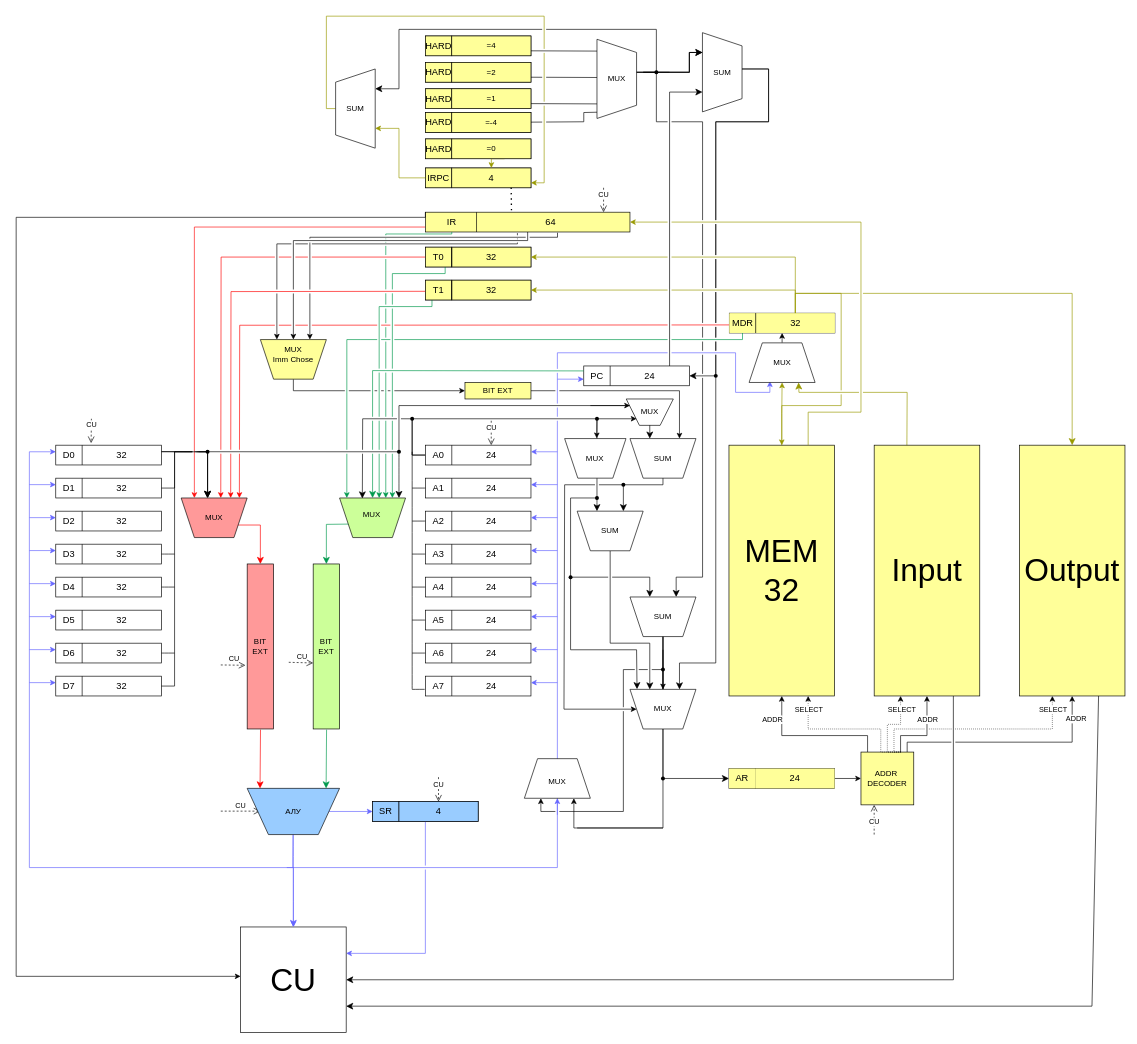
vladimirasd/computer-archirecture keeps this draw.io diagram as ФИНАЛ.drawio. Above is the earlier version. Source tidied: cells renumbered, new cells numbered last; positions are measured from the earlier drawing's top-left corner, leaving out a move shared by most shapes. Both pictures are drawn from the tidied source at 66%, with x=0, y=0 at pixel (16, 16).
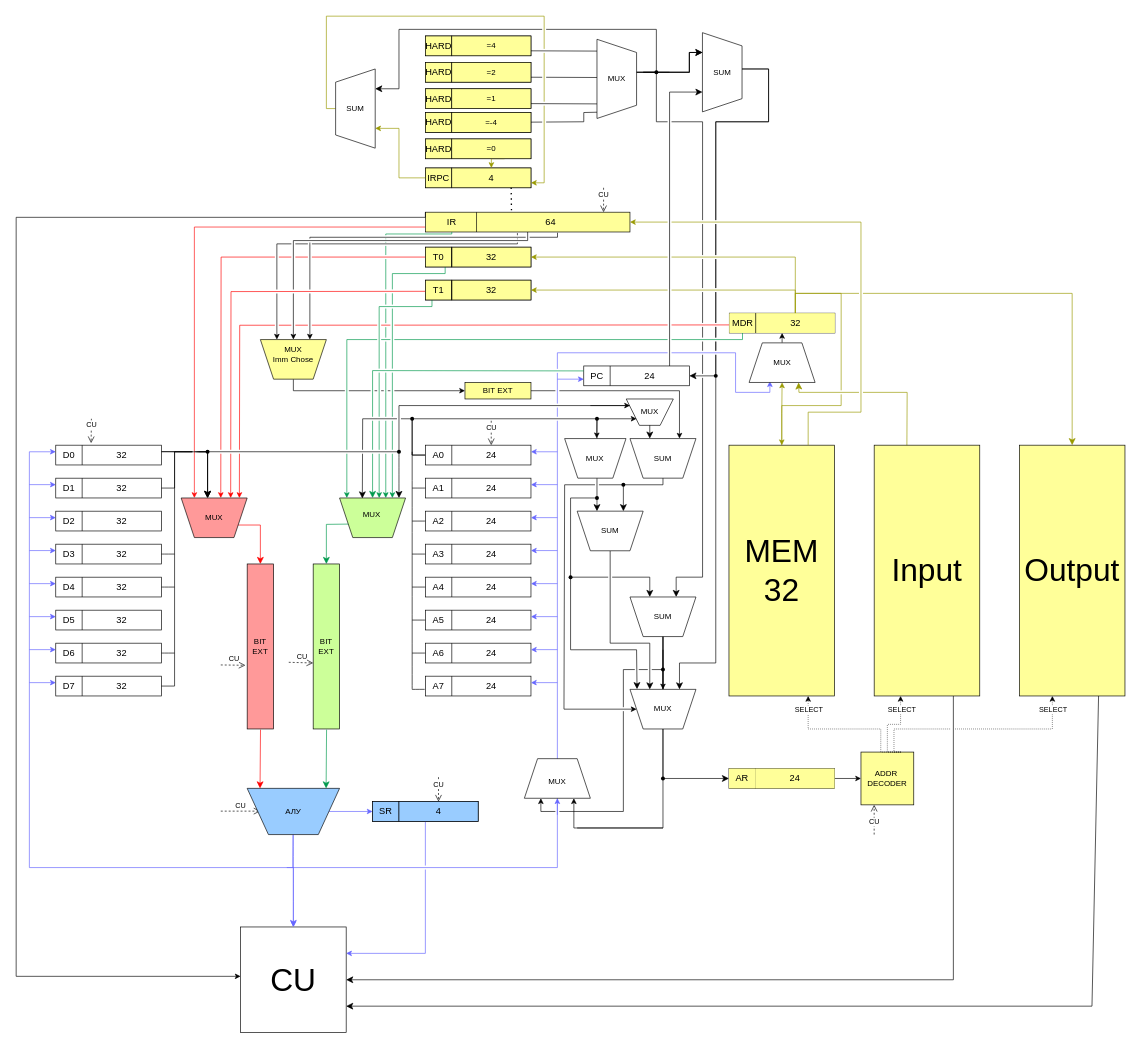
After the change.

Unchanged cells that the change refers to:
```xml
<mxCell id="5" value="&lt;font style=&quot;font-size: 48px;&quot;&gt;MEM&lt;/font&gt;&lt;div&gt;&lt;font style=&quot;font-size: 48px;&quot;&gt;32&lt;/font&gt;&lt;/div&gt;" style="rounded=0;whiteSpace=wrap;html=1;fillColor=#FFFF99;" parent="1" vertex="1">
  <mxGeometry x="1080" y="650" width="160" height="380" as="geometry" />
</mxCell>
<mxCell id="210" value="&lt;span style=&quot;font-size: 48px;&quot;&gt;Input&lt;/span&gt;" style="rounded=0;whiteSpace=wrap;html=1;fillColor=#FFFF99;" parent="1" vertex="1">
  <mxGeometry x="1300" y="650" width="160" height="380" as="geometry" />
</mxCell>
<mxCell id="213" value="&lt;span style=&quot;font-size: 48px;&quot;&gt;Output&lt;/span&gt;" style="rounded=0;whiteSpace=wrap;html=1;fillColor=#FFFF99;" parent="1" vertex="1">
  <mxGeometry x="1520" y="650" width="160" height="380" as="geometry" />
</mxCell>
<mxCell id="300" value="ADDR&amp;nbsp;&lt;br&gt;DECODER" style="whiteSpace=wrap;html=1;fillColor=#FFFF99;" parent="1" vertex="1">
  <mxGeometry x="1280" y="1115" width="80" height="80" as="geometry" />
</mxCell>
```

What changed in the source:
```diff
@@
-    <mxCell id="296" style="edgeStyle=orthogonalEdgeStyle;rounded=0;jettySize=auto;html=1;entryX=0.5;entryY=1;entryDx=0;entryDy=0;jumpStyle=gap;" parent="1" edge="1" source="300" target="5">
-      <mxGeometry relative="1" as="geometry">
-        <Array as="points">
-          <mxPoint x="1290" y="1090" />
-          <mxPoint x="1160" y="1090" />
-        </Array>
-      </mxGeometry>
-    </mxCell>
-    <mxCell id="297" value="ADDR" style="edgeLabel;html=1;align=center;verticalAlign=middle;" parent="296" vertex="1">
-      <mxGeometry x="-0.01" y="-2" relative="1" as="geometry">
-        <mxPoint x="-64" y="-23" as="offset" />
-      </mxGeometry>
-    </mxCell>
-    <mxCell id="298" style="edgeStyle=orthogonalEdgeStyle;rounded=0;jettySize=auto;html=1;entryX=0.5;entryY=1;entryDx=0;entryDy=0;jumpStyle=gap;" parent="1" edge="1" source="300" target="210">
-      <mxGeometry relative="1" as="geometry">
-        <Array as="points">
-          <mxPoint x="1340" y="1090" />
-          <mxPoint x="1380" y="1090" />
-        </Array>
-      </mxGeometry>
-    </mxCell>
-    <mxCell id="299" style="edgeStyle=orthogonalEdgeStyle;rounded=0;jettySize=auto;html=1;entryX=0.5;entryY=1;entryDx=0;entryDy=0;jumpStyle=gap;" parent="1" edge="1" source="300" target="213">
-      <mxGeometry relative="1" as="geometry">
-        <Array as="points">
-          <mxPoint x="1350" y="1100" />
-          <mxPoint x="1600" y="1100" />
-        </Array>
-      </mxGeometry>
-    </mxCell>
@@
-    <mxCell id="301" value="ADDR" style="edgeLabel;html=1;align=center;verticalAlign=middle;" parent="1" vertex="1">
-      <mxGeometry x="1380" y="1065" as="geometry" />
-    </mxCell>
-    <mxCell id="302" value="ADDR" style="edgeLabel;html=1;align=center;verticalAlign=middle;" parent="1" vertex="1">
-      <mxGeometry x="1550" y="1145" as="geometry">
-        <mxPoint x="55" y="-81" as="offset" />
-      </mxGeometry>
-    </mxCell>
```
